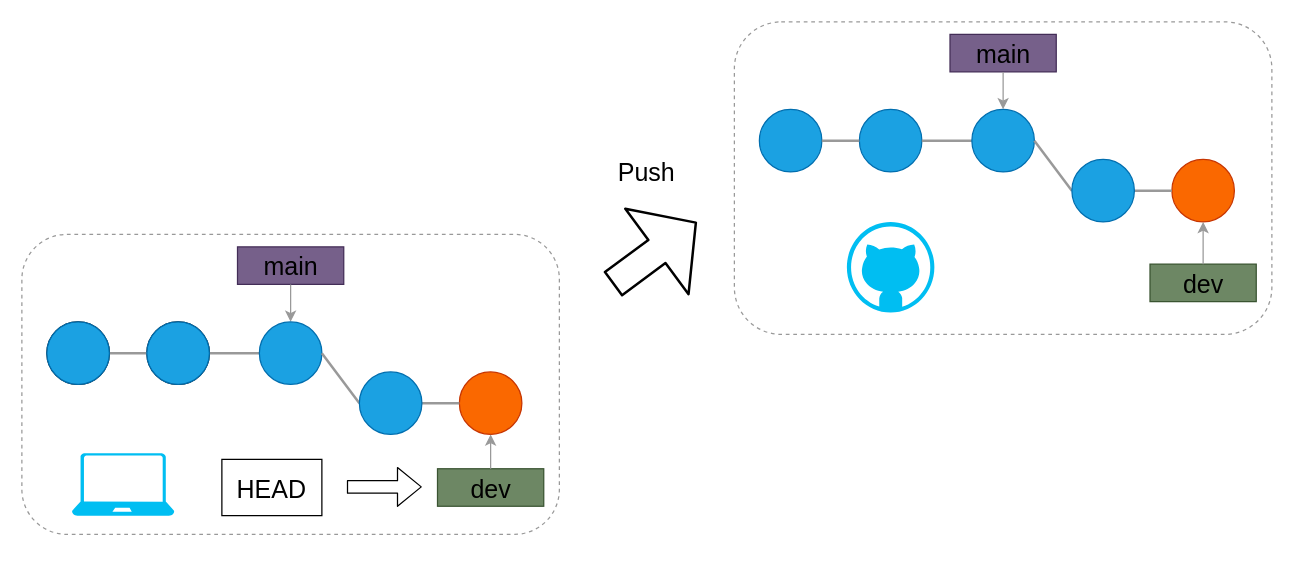
The draw.io diagram public/drawio/wf_push.drawio in kazuyanagimoto/github-workshop2022, before the edit. Source tidied: cells renumbered, new cells numbered last; positions are measured from the earlier drawing's top-left corner, leaving out a move shared by most shapes. Both pictures are drawn from the tidied source at 125%, with x=0, y=0 at pixel (21, 21).
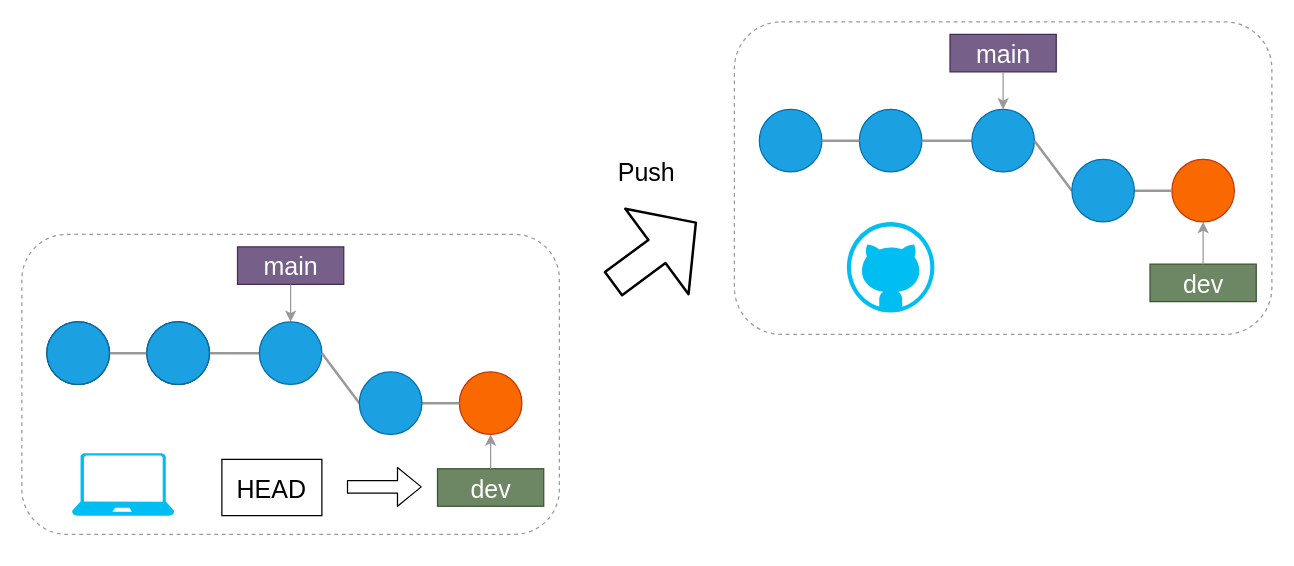
The same diagram, later.

Change to the diagram source:
```diff
@@
-    <mxCell id="8" value="main" style="rounded=1;whiteSpace=wrap;html=1;fillColor=#76608a;strokeColor=#432D57;fontColor=#000000;fontSize=20;arcSize=0;" parent="1" vertex="1">
+    <mxCell id="8" value="main" style="rounded=1;whiteSpace=wrap;html=1;fillColor=#76608a;strokeColor=#432D57;fontColor=#ffffff;fontSize=20;arcSize=0;" parent="1" vertex="1">
       <mxGeometry x="172.5" y="180" width="85" height="30" as="geometry" />
     </mxCell>
@@
-    <mxCell id="13" value="dev" style="rounded=1;whiteSpace=wrap;html=1;fillColor=#6d8764;strokeColor=#3A5431;fontColor=#000000;fontSize=20;arcSize=0;" parent="1" vertex="1">
+    <mxCell id="13" value="&lt;font color=&quot;#ffffff&quot;&gt;dev&lt;/font&gt;" style="rounded=1;whiteSpace=wrap;html=1;fillColor=#6d8764;strokeColor=#3A5431;fontColor=#000000;fontSize=20;arcSize=0;" parent="1" vertex="1">
       <mxGeometry x="332.5" y="357.5" width="85" height="30" as="geometry" />
     </mxCell>
@@
-    <mxCell id="24" value="main" style="rounded=1;whiteSpace=wrap;html=1;fillColor=#76608a;strokeColor=#432D57;fontColor=#000000;fontSize=20;arcSize=0;" parent="1" vertex="1">
+    <mxCell id="24" value="main" style="rounded=1;whiteSpace=wrap;html=1;fillColor=#76608a;strokeColor=#432D57;fontColor=#ffffff;fontSize=20;arcSize=0;" parent="1" vertex="1">
       <mxGeometry x="742.5" y="10" width="85" height="30" as="geometry" />
     </mxCell>
@@
-    <mxCell id="29" value="dev" style="rounded=1;whiteSpace=wrap;html=1;fillColor=#6d8764;strokeColor=#3A5431;fontColor=#000000;fontSize=20;arcSize=0;" parent="1" vertex="1">
+    <mxCell id="29" value="&lt;font color=&quot;#ffffff&quot;&gt;dev&lt;/font&gt;" style="rounded=1;whiteSpace=wrap;html=1;fillColor=#6d8764;strokeColor=#3A5431;fontColor=#000000;fontSize=20;arcSize=0;" parent="1" vertex="1">
       <mxGeometry x="902.5" y="193.8" width="85" height="30" as="geometry" />
     </mxCell>
```
